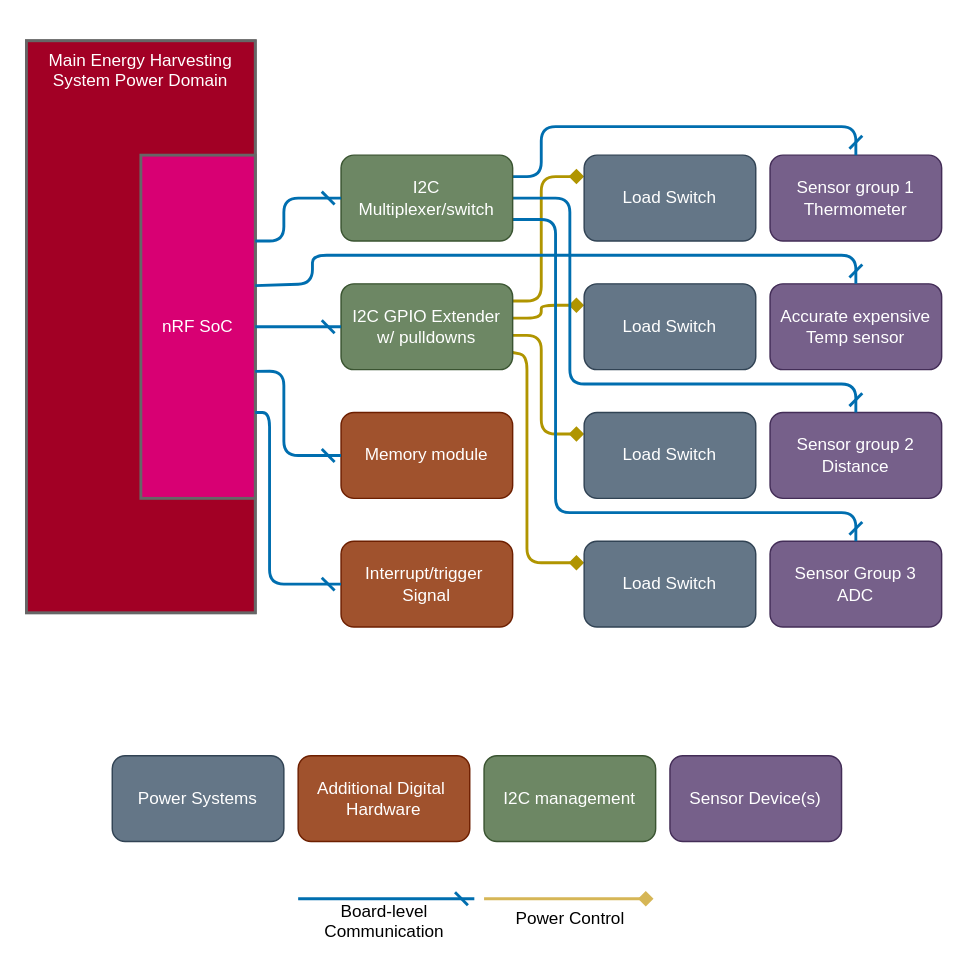
danielcarton/Masters keeps this draw.io diagram as Energy_harvester_iot/Diagrams/systemArchitecture.drawio. Above is the earlier version. Source tidied: cells renumbered, new cells numbered last; positions are measured from the earlier drawing's top-left corner, leaving out a move shared by most shapes. Both pictures are drawn from the tidied source at 143%, with x=0, y=0 at pixel (26, 40).
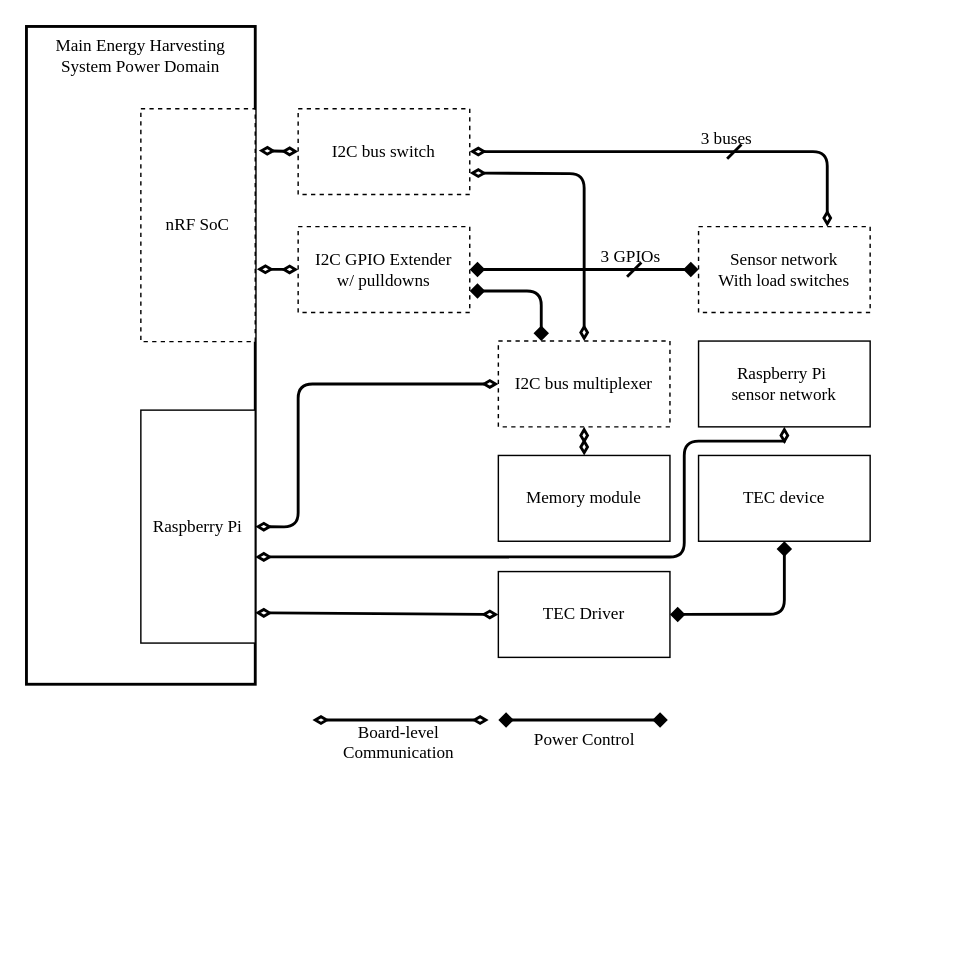
The same page after the edit.

The edit, as a diff of the source:
```diff
@@
-    <mxCell id="3" style="edgeStyle=none;shape=connector;rounded=1;html=1;labelBackgroundColor=default;strokeColor=#B09500;strokeWidth=2;fontFamily=Helvetica;fontSize=11;fontColor=default;endArrow=diamond;endFill=1;fillColor=#e3c800;entryX=0;entryY=0.25;entryDx=0;entryDy=0;exitX=1;exitY=0.2;exitDx=0;exitDy=0;exitPerimeter=0;" parent="2" edge="1" source="7" target="8">
-      <mxGeometry relative="1" as="geometry">
-        <Array as="points">
-          <mxPoint x="360" y="182" />
-          <mxPoint x="360" y="95" />
-        </Array>
-      </mxGeometry>
-    </mxCell>
-    <mxCell id="4" style="edgeStyle=none;shape=connector;rounded=1;html=1;exitX=1;exitY=0.4;exitDx=0;exitDy=0;exitPerimeter=0;entryX=0;entryY=0.25;entryDx=0;entryDy=0;labelBackgroundColor=default;strokeColor=#B09500;strokeWidth=2;fontFamily=Helvetica;fontSize=11;fontColor=default;endArrow=diamond;endFill=1;fillColor=#e3c800;" parent="2" edge="1" source="7" target="31">
+    <mxCell id="4" style="edgeStyle=none;shape=connector;rounded=1;html=1;exitX=1;exitY=0.75;exitDx=0;exitDy=0;exitPerimeter=0;labelBackgroundColor=default;strokeWidth=2;fontFamily=Times New Roman;fontSize=11;fontColor=default;endArrow=diamond;endFill=1;entryX=0.25;entryY=0;entryDx=0;entryDy=0;startArrow=diamond;startFill=1;" parent="2" edge="1" source="7" target="42">
       <mxGeometry relative="1" as="geometry">
         <Array as="points">
-          <mxPoint x="360" y="194" />
-          <mxPoint x="360" y="185" />
+          <mxPoint x="360" y="175" />
         </Array>
       </mxGeometry>
     </mxCell>
-    <mxCell id="5" style="edgeStyle=none;shape=connector;rounded=1;html=1;exitX=1;exitY=0.6;exitDx=0;exitDy=0;exitPerimeter=0;entryX=0;entryY=0.25;entryDx=0;entryDy=0;labelBackgroundColor=default;strokeColor=#B09500;strokeWidth=2;fontFamily=Helvetica;fontSize=11;fontColor=default;endArrow=diamond;endFill=1;fillColor=#e3c800;" parent="2" edge="1" source="7" target="25">
-      <mxGeometry relative="1" as="geometry">
-        <Array as="points">
-          <mxPoint x="360" y="206" />
-          <mxPoint x="360" y="275" />
-        </Array>
-      </mxGeometry>
-    </mxCell>
-    <mxCell id="6" style="edgeStyle=none;shape=connector;rounded=1;html=1;exitX=1;exitY=0.8;exitDx=0;exitDy=0;exitPerimeter=0;entryX=0;entryY=0.25;entryDx=0;entryDy=0;labelBackgroundColor=default;strokeColor=#B09500;strokeWidth=2;fontFamily=Helvetica;fontSize=11;fontColor=default;endArrow=diamond;endFill=1;fillColor=#e3c800;" parent="2" edge="1" source="7" target="24">
-      <mxGeometry relative="1" as="geometry">
-        <Array as="points">
-          <mxPoint x="350" y="220" />
-          <mxPoint x="350" y="365" />
-        </Array>
-      </mxGeometry>
-    </mxCell>
+    <mxCell id="38" style="edgeStyle=none;html=1;entryX=0;entryY=0.5;entryDx=0;entryDy=0;startArrow=diamond;startFill=1;endArrow=diamond;endFill=1;strokeWidth=2;fontFamily=Times New Roman;" parent="2" edge="1" source="7" target="48">
+      <mxGeometry relative="1" as="geometry">
+        <Array as="points">
+          <mxPoint x="460" y="160" />
+        </Array>
+      </mxGeometry>
+    </mxCell>
-    <mxCell id="7" value="I2C GPIO Extender&lt;br&gt;w/ pulldowns" style="rounded=1;whiteSpace=wrap;html=1;fillColor=#6d8764;fontColor=#ffffff;strokeColor=#3A5431;points=[[0,0,0,0,0],[0,0.25,0,0,0],[0,0.5,0,0,0],[0,0.75,0,0,0],[0,1,0,0,0],[0.25,0,0,0,0],[0.25,1,0,0,0],[0.5,0,0,0,0],[0.5,1,0,0,0],[0.75,0,0,0,0],[0.75,1,0,0,0],[1,0,0,0,0],[1,0.2,0,0,0],[1,0.4,0,0,0],[1,0.6,0,0,0],[1,0.8,0,0,0],[1,1,0,0,0]];" parent="2" vertex="1">
-      <mxGeometry x="220" y="170" width="120" height="60" as="geometry" />
+    <mxCell id="7" value="I2C GPIO Extender&lt;br&gt;w/ pulldowns" style="rounded=0;whiteSpace=wrap;html=1;fontFamily=Times New Roman;dashed=1;" parent="2" vertex="1">
+      <mxGeometry x="190" y="130" width="120" height="60" as="geometry" />
     </mxCell>
-    <mxCell id="8" value="Load Switch" style="rounded=1;whiteSpace=wrap;html=1;fillColor=#647687;fontColor=#ffffff;strokeColor=#314354;" parent="2" vertex="1">
-      <mxGeometry x="390" y="80" width="120" height="60" as="geometry" />
-    </mxCell>
-    <mxCell id="9" value="Sensor Group 3&lt;br&gt;ADC" style="rounded=1;whiteSpace=wrap;html=1;fillColor=#76608a;fontColor=#ffffff;strokeColor=#432D57;" parent="2" vertex="1">
-      <mxGeometry x="520" y="350" width="120" height="60" as="geometry" />
-    </mxCell>
-    <mxCell id="10" value="Sensor group 2&lt;br&gt;Distance" style="rounded=1;whiteSpace=wrap;html=1;fillColor=#76608a;fontColor=#ffffff;strokeColor=#432D57;" parent="2" vertex="1">
-      <mxGeometry x="520" y="260" width="120" height="60" as="geometry" />
-    </mxCell>
-    <mxCell id="11" value="Memory module" style="rounded=1;whiteSpace=wrap;html=1;fillColor=#a0522d;fontColor=#ffffff;strokeColor=#6D1F00;" parent="2" vertex="1">
-      <mxGeometry x="220" y="260" width="120" height="60" as="geometry" />
+    <mxCell id="11" value="Memory module" style="rounded=0;whiteSpace=wrap;html=1;fontFamily=Times New Roman;" parent="2" vertex="1">
+      <mxGeometry x="330" y="290" width="120" height="60" as="geometry" />
     </mxCell>
-    <mxCell id="12" value="Sensor group 1&lt;br&gt;Thermometer" style="rounded=1;whiteSpace=wrap;html=1;fillColor=#76608a;fontColor=#ffffff;strokeColor=#432D57;" parent="2" vertex="1">
-      <mxGeometry x="520" y="80" width="120" height="60" as="geometry" />
-    </mxCell>
-    <mxCell id="13" style="edgeStyle=none;shape=connector;rounded=1;html=1;exitX=1;exitY=0.25;exitDx=0;exitDy=0;entryX=0.5;entryY=0;entryDx=0;entryDy=0;labelBackgroundColor=default;strokeColor=#006EAF;strokeWidth=2;fontFamily=Helvetica;fontSize=11;fontColor=default;endArrow=dash;endFill=0;fillColor=#1ba1e2;" parent="2" edge="1" source="16" target="12">
+    <mxCell id="13" style="edgeStyle=none;shape=connector;rounded=1;html=1;labelBackgroundColor=default;strokeWidth=2;fontFamily=Times New Roman;fontSize=11;fontColor=default;endArrow=diamondThin;endFill=0;exitX=1;exitY=0.75;exitDx=0;exitDy=0;entryX=0.5;entryY=0;entryDx=0;entryDy=0;startArrow=diamondThin;startFill=0;" parent="2" edge="1" source="16" target="42">
       <mxGeometry relative="1" as="geometry">
         <Array as="points">
-          <mxPoint x="360" y="95" />
-          <mxPoint x="360" y="60" />
-          <mxPoint x="580" y="60" />
+          <mxPoint x="390" y="93" />
         </Array>
       </mxGeometry>
     </mxCell>
-    <mxCell id="14" style="edgeStyle=none;shape=connector;rounded=1;html=1;exitX=1;exitY=0.5;exitDx=0;exitDy=0;entryX=0.5;entryY=0;entryDx=0;entryDy=0;labelBackgroundColor=default;strokeColor=#006EAF;strokeWidth=2;fontFamily=Helvetica;fontSize=11;fontColor=default;endArrow=dash;endFill=0;fillColor=#1ba1e2;" parent="2" edge="1" source="16" target="10">
-      <mxGeometry relative="1" as="geometry">
-        <Array as="points">
-          <mxPoint x="380" y="110" />
-          <mxPoint x="380" y="240" />
-          <mxPoint x="580" y="240" />
-        </Array>
-      </mxGeometry>
-    </mxCell>
-    <mxCell id="15" style="edgeStyle=none;shape=connector;rounded=1;html=1;exitX=1;exitY=0.75;exitDx=0;exitDy=0;entryX=0.5;entryY=0;entryDx=0;entryDy=0;labelBackgroundColor=default;strokeColor=#006EAF;strokeWidth=2;fontFamily=Helvetica;fontSize=11;fontColor=default;endArrow=dash;endFill=0;fillColor=#1ba1e2;" parent="2" edge="1" source="16" target="9">
-      <mxGeometry relative="1" as="geometry">
-        <Array as="points">
-          <mxPoint x="370" y="125" />
-          <mxPoint x="370" y="330" />
-          <mxPoint x="580" y="330" />
-        </Array>
-      </mxGeometry>
-    </mxCell>
+    <mxCell id="39" style="edgeStyle=none;html=1;exitX=1;exitY=0.5;exitDx=0;exitDy=0;entryX=0.75;entryY=0;entryDx=0;entryDy=0;strokeWidth=2;startArrow=diamondThin;startFill=0;endArrow=diamondThin;endFill=0;fontFamily=Times New Roman;" parent="2" edge="1" source="16" target="48">
+      <mxGeometry relative="1" as="geometry">
+        <Array as="points">
+          <mxPoint x="560" y="77.5" />
+        </Array>
+      </mxGeometry>
+    </mxCell>
-    <mxCell id="16" value="I2C &lt;br&gt;Multiplexer/switch" style="rounded=1;whiteSpace=wrap;html=1;fillColor=#6d8764;fontColor=#ffffff;strokeColor=#3A5431;" parent="2" vertex="1">
-      <mxGeometry x="220" y="80" width="120" height="60" as="geometry" />
+    <mxCell id="16" value="I2C bus switch" style="rounded=0;whiteSpace=wrap;html=1;fontFamily=Times New Roman;dashed=1;" parent="2" vertex="1">
+      <mxGeometry x="190" y="47.5" width="120" height="60" as="geometry" />
     </mxCell>
-    <mxCell id="17" style="group;fillColor=#647687;fontColor=#ffffff;strokeColor=#666666;strokeWidth=2;" parent="2" vertex="1">
-      <mxGeometry width="160" height="400" as="geometry" />
+    <mxCell id="17" style="group;strokeWidth=2;fontFamily=Times New Roman;" parent="2" vertex="1">
+      <mxGeometry y="-10" width="160" height="460" as="geometry" />
     </mxCell>
-    <mxCell id="18" value="Main Energy Harvesting&lt;br&gt;System Power Domain" style="rounded=0;whiteSpace=wrap;html=1;verticalAlign=top;fillColor=#a20025;strokeColor=#666666;fontColor=#ffffff;strokeWidth=2;" parent="17" vertex="1">
-      <mxGeometry width="160" height="400" as="geometry" />
+    <mxCell id="18" value="Main Energy Harvesting&lt;br&gt;System Power Domain" style="rounded=0;whiteSpace=wrap;html=1;verticalAlign=top;strokeWidth=2;fontFamily=Times New Roman;" parent="17" vertex="1">
+      <mxGeometry width="160" height="460" as="geometry" />
     </mxCell>
-    <mxCell id="19" value="nRF SoC" style="rounded=0;whiteSpace=wrap;html=1;fillColor=#d80073;fontColor=#ffffff;strokeColor=#666666;strokeWidth=2;points=[[0,0,0,0,0],[0,0.25,0,0,0],[0,0.5,0,0,0],[0,0.75,0,0,0],[0,1,0,0,0],[0.25,0,0,0,0],[0.25,1,0,0,0],[0.5,0,0,0,0],[0.5,1,0,0,0],[0.75,0,0,0,0],[0.75,1,0,0,0],[1,0,0,0,0],[1,0.25,0,0,0],[1,0.38,0,0,0],[1,0.5,0,0,0],[1,0.63,0,0,0],[1,0.75,0,0,0],[1,1,0,0,0]];" parent="17" vertex="1">
-      <mxGeometry x="80" y="80" width="80" height="240" as="geometry" />
+    <mxCell id="19" value="nRF SoC" style="rounded=0;whiteSpace=wrap;html=1;strokeWidth=1;points=[[0,0,0,0,0],[0,0.25,0,0,0],[0,0.5,0,0,0],[0,0.75,0,0,0],[0,1,0,0,0],[0.25,0,0,0,0],[0.25,1,0,0,0],[0.5,0,0,0,0],[0.5,1,0,0,0],[0.75,0,0,0,0],[0.75,1,0,0,0],[1,0,0,0,0],[1,0.25,0,0,0],[1,0.38,0,0,0],[1,0.5,0,0,0],[1,0.63,0,0,0],[1,0.75,0,0,0],[1,1,0,0,0]];fontFamily=Times New Roman;dashed=1;" parent="17" vertex="1">
+      <mxGeometry x="80" y="57.5" width="80" height="162.9" as="geometry" />
     </mxCell>
-    <mxCell id="20" value="Power Systems" style="rounded=1;whiteSpace=wrap;html=1;fillColor=#647687;fontColor=#ffffff;strokeColor=#314354;" parent="2" vertex="1">
-      <mxGeometry x="60" y="500" width="120" height="60" as="geometry" />
-    </mxCell>
-    <mxCell id="21" value="Additional Digital&amp;nbsp;&lt;br&gt;Hardware" style="rounded=1;whiteSpace=wrap;html=1;fillColor=#a0522d;fontColor=#ffffff;strokeColor=#6D1F00;" parent="2" vertex="1">
-      <mxGeometry x="190" y="500" width="120" height="60" as="geometry" />
-    </mxCell>
-    <mxCell id="22" value="I2C management" style="rounded=1;whiteSpace=wrap;html=1;fillColor=#6d8764;fontColor=#ffffff;strokeColor=#3A5431;" parent="2" vertex="1">
-      <mxGeometry x="320" y="500" width="120" height="60" as="geometry" />
-    </mxCell>
-    <mxCell id="23" value="Sensor Device(s)" style="rounded=1;whiteSpace=wrap;html=1;fillColor=#76608a;fontColor=#ffffff;strokeColor=#432D57;" parent="2" vertex="1">
-      <mxGeometry x="450" y="500" width="120" height="60" as="geometry" />
-    </mxCell>
-    <mxCell id="24" value="Load Switch" style="rounded=1;whiteSpace=wrap;html=1;fillColor=#647687;fontColor=#ffffff;strokeColor=#314354;" parent="2" vertex="1">
-      <mxGeometry x="390" y="350" width="120" height="60" as="geometry" />
-    </mxCell>
-    <mxCell id="25" value="Load Switch" style="rounded=1;whiteSpace=wrap;html=1;fillColor=#647687;fontColor=#ffffff;strokeColor=#314354;" parent="2" vertex="1">
-      <mxGeometry x="390" y="260" width="120" height="60" as="geometry" />
-    </mxCell>
+    <mxCell id="40" value="Raspberry Pi" style="rounded=0;whiteSpace=wrap;html=1;strokeWidth=1;points=[[0,0,0,0,0],[0,0.25,0,0,0],[0,0.5,0,0,0],[0,0.75,0,0,0],[0,1,0,0,0],[0.25,0,0,0,0],[0.25,1,0,0,0],[0.5,0,0,0,0],[0.5,1,0,0,0],[0.75,0,0,0,0],[0.75,1,0,0,0],[1,0,0,0,0],[1,0.25,0,0,0],[1,0.38,0,0,0],[1,0.5,0,0,0],[1,0.63,0,0,0],[1,0.75,0,0,0],[1,1,0,0,0]];fontFamily=Times New Roman;" parent="17" vertex="1">
+      <mxGeometry x="80" y="268.3" width="80" height="162.9" as="geometry" />
+    </mxCell>
-    <mxCell id="26" style="edgeStyle=none;shape=connector;rounded=1;html=1;exitX=0.5;exitY=1;exitDx=0;exitDy=0;labelBackgroundColor=default;strokeColor=#006EAF;strokeWidth=2;fontFamily=Helvetica;fontSize=11;fontColor=default;endArrow=dash;endFill=0;fillColor=#1ba1e2;" parent="2" edge="1">
+    <mxCell id="26" style="edgeStyle=none;shape=connector;rounded=1;html=1;exitX=0.5;exitY=1;exitDx=0;exitDy=0;labelBackgroundColor=default;strokeWidth=2;fontFamily=Times New Roman;fontSize=11;fontColor=default;endArrow=diamondThin;endFill=0;startArrow=diamondThin;startFill=0;" parent="2" edge="1">
       <mxGeometry relative="1" as="geometry">
-        <mxPoint x="190" y="600" as="sourcePoint" />
-        <mxPoint x="313.2" y="600" as="targetPoint" />
+        <mxPoint x="200" y="475" as="sourcePoint" />
+        <mxPoint x="323.2" y="475" as="targetPoint" />
       </mxGeometry>
     </mxCell>
-    <mxCell id="27" style="edgeStyle=none;shape=connector;rounded=1;html=1;labelBackgroundColor=default;strokeColor=#d6b656;strokeWidth=2;fontFamily=Helvetica;fontSize=11;fontColor=default;endArrow=diamond;endFill=1;fillColor=#fff2cc;gradientColor=#ffd966;" parent="2" edge="1">
+    <mxCell id="27" style="edgeStyle=none;shape=connector;rounded=1;html=1;labelBackgroundColor=default;strokeWidth=2;fontFamily=Times New Roman;fontSize=11;fontColor=default;endArrow=diamond;endFill=1;startArrow=diamond;startFill=1;" parent="2" edge="1">
       <mxGeometry relative="1" as="geometry">
-        <mxPoint x="320" y="600" as="sourcePoint" />
-        <mxPoint x="438.5" y="600" as="targetPoint" />
+        <mxPoint x="330" y="475" as="sourcePoint" />
+        <mxPoint x="448.5" y="475" as="targetPoint" />
       </mxGeometry>
     </mxCell>
-    <mxCell id="28" value="Board-level&lt;br&gt;Communication" style="text;html=1;align=center;verticalAlign=top;strokeColor=none;fillColor=none;" parent="2" vertex="1">
-      <mxGeometry x="195" y="595" width="110" height="40" as="geometry" />
+    <mxCell id="28" value="Board-level&lt;br&gt;Communication" style="text;html=1;align=center;verticalAlign=top;fontFamily=Times New Roman;" parent="2" vertex="1">
+      <mxGeometry x="210" y="470" width="100" height="40" as="geometry" />
     </mxCell>
-    <mxCell id="29" value="Power Control" style="text;html=1;align=center;verticalAlign=top;strokeColor=none;fillColor=none;" parent="2" vertex="1">
-      <mxGeometry x="330" y="600" width="100" height="30" as="geometry" />
+    <mxCell id="29" value="Power Control" style="text;html=1;align=center;verticalAlign=top;fontFamily=Times New Roman;" parent="2" vertex="1">
+      <mxGeometry x="345" y="475" width="90" height="30" as="geometry" />
     </mxCell>
-    <mxCell id="30" value="Accurate expensive&lt;br&gt;Temp sensor" style="rounded=1;whiteSpace=wrap;html=1;fillColor=#76608a;fontColor=#ffffff;strokeColor=#432D57;" parent="2" vertex="1">
-      <mxGeometry x="520" y="170" width="120" height="60" as="geometry" />
-    </mxCell>
-    <mxCell id="31" value="Load Switch" style="rounded=1;whiteSpace=wrap;html=1;fillColor=#647687;fontColor=#ffffff;strokeColor=#314354;" parent="2" vertex="1">
-      <mxGeometry x="390" y="170" width="120" height="60" as="geometry" />
-    </mxCell>
-    <mxCell id="32" style="edgeStyle=none;html=1;exitX=1;exitY=0.63;exitDx=0;exitDy=0;exitPerimeter=0;entryX=0;entryY=0.5;entryDx=0;entryDy=0;endArrow=dash;endFill=0;fillColor=#1ba1e2;strokeColor=#006EAF;strokeWidth=2;" parent="2" edge="1" source="19" target="11">
-      <mxGeometry relative="1" as="geometry">
-        <Array as="points">
-          <mxPoint x="180" y="231" />
-          <mxPoint x="180" y="290" />
-        </Array>
-      </mxGeometry>
-    </mxCell>
-    <mxCell id="33" style="edgeStyle=none;shape=connector;rounded=1;html=1;exitX=1;exitY=0.5;exitDx=0;exitDy=0;exitPerimeter=0;entryX=0;entryY=0.5;entryDx=0;entryDy=0;labelBackgroundColor=default;strokeColor=#006EAF;strokeWidth=2;fontFamily=Helvetica;fontSize=11;fontColor=default;endArrow=dash;endFill=0;fillColor=#1ba1e2;" parent="2" edge="1" source="19" target="7">
+    <mxCell id="33" style="edgeStyle=none;shape=connector;rounded=1;html=1;entryX=0;entryY=0.5;entryDx=0;entryDy=0;labelBackgroundColor=default;strokeWidth=2;fontFamily=Times New Roman;fontSize=11;fontColor=default;endArrow=diamondThin;endFill=0;startArrow=diamondThin;startFill=0;exitX=1.014;exitY=0.689;exitDx=0;exitDy=0;exitPerimeter=0;" parent="2" edge="1" source="19" target="7">
       <mxGeometry relative="1" as="geometry" />
     </mxCell>
-    <mxCell id="34" style="edgeStyle=none;shape=connector;rounded=1;html=1;entryX=0;entryY=0.5;entryDx=0;entryDy=0;labelBackgroundColor=default;strokeColor=#006EAF;strokeWidth=2;fontFamily=Helvetica;fontSize=11;fontColor=default;endArrow=dash;endFill=0;fillColor=#1ba1e2;exitX=1;exitY=0.25;exitDx=0;exitDy=0;exitPerimeter=0;" parent="2" edge="1" source="19" target="16">
-      <mxGeometry relative="1" as="geometry">
-        <Array as="points">
-          <mxPoint x="180" y="140" />
-          <mxPoint x="180" y="110" />
-        </Array>
-      </mxGeometry>
+    <mxCell id="34" style="edgeStyle=none;shape=connector;rounded=1;html=1;entryX=0;entryY=0.5;entryDx=0;entryDy=0;labelBackgroundColor=default;strokeWidth=2;fontFamily=Times New Roman;fontSize=11;fontColor=default;endArrow=diamondThin;endFill=0;startArrow=diamondThin;startFill=0;exitX=1.031;exitY=0.18;exitDx=0;exitDy=0;exitPerimeter=0;" parent="2" edge="1" source="19" target="16">
+      <mxGeometry relative="1" as="geometry" />
     </mxCell>
-    <mxCell id="35" style="edgeStyle=none;shape=connector;rounded=1;html=1;exitX=1;exitY=0.38;exitDx=0;exitDy=0;exitPerimeter=0;entryX=0.5;entryY=0;entryDx=0;entryDy=0;labelBackgroundColor=default;strokeColor=#006EAF;strokeWidth=2;fontFamily=Helvetica;fontSize=11;fontColor=default;endArrow=dash;endFill=0;fillColor=#1ba1e2;" parent="2" edge="1" source="19" target="30">
-      <mxGeometry relative="1" as="geometry">
-        <Array as="points">
-          <mxPoint x="200" y="170" />
-          <mxPoint x="200" y="150" />
-          <mxPoint x="580" y="150" />
-        </Array>
-      </mxGeometry>
-    </mxCell>
-    <mxCell id="36" value="Interrupt/trigger&amp;nbsp;&lt;br&gt;Signal" style="rounded=1;whiteSpace=wrap;html=1;fillColor=#a0522d;fontColor=#ffffff;strokeColor=#6D1F00;" parent="2" vertex="1">
-      <mxGeometry x="220" y="350" width="120" height="60" as="geometry" />
-    </mxCell>
-    <mxCell id="37" style="edgeStyle=none;shape=connector;rounded=1;html=1;exitX=1;exitY=0.75;exitDx=0;exitDy=0;exitPerimeter=0;entryX=0;entryY=0.5;entryDx=0;entryDy=0;labelBackgroundColor=default;strokeColor=#006EAF;strokeWidth=2;fontFamily=Helvetica;fontSize=11;fontColor=default;endArrow=dash;endFill=0;fillColor=#1ba1e2;" parent="2" edge="1" source="19" target="36">
-      <mxGeometry relative="1" as="geometry">
-        <Array as="points">
-          <mxPoint x="170" y="260" />
-          <mxPoint x="170" y="380" />
-        </Array>
-      </mxGeometry>
-    </mxCell>
+    <mxCell id="41" style="edgeStyle=none;shape=connector;rounded=1;html=1;labelBackgroundColor=default;strokeWidth=2;fontFamily=Times New Roman;fontSize=11;fontColor=default;endArrow=diamondThin;endFill=0;entryX=0.5;entryY=0;entryDx=0;entryDy=0;exitX=0.5;exitY=1;exitDx=0;exitDy=0;startArrow=diamondThin;startFill=0;" parent="2" edge="1" source="42" target="11">
+      <mxGeometry relative="1" as="geometry" />
+    </mxCell>
+    <mxCell id="42" value="I2C bus multiplexer" style="rounded=0;whiteSpace=wrap;html=1;fontFamily=Times New Roman;dashed=1;" parent="2" vertex="1">
+      <mxGeometry x="330" y="210" width="120" height="60" as="geometry" />
+    </mxCell>
+    <mxCell id="43" style="edgeStyle=none;shape=connector;rounded=1;html=1;labelBackgroundColor=default;strokeWidth=2;fontFamily=Times New Roman;fontSize=11;fontColor=default;endArrow=diamondThin;endFill=0;exitX=1;exitY=0.5;exitDx=0;exitDy=0;exitPerimeter=0;entryX=0;entryY=0.5;entryDx=0;entryDy=0;startArrow=diamondThin;startFill=0;" parent="2" edge="1" source="40" target="42">
+      <mxGeometry relative="1" as="geometry">
+        <Array as="points">
+          <mxPoint x="190" y="340" />
+          <mxPoint x="190" y="240" />
+        </Array>
+      </mxGeometry>
+    </mxCell>
+    <mxCell id="44" value="TEC device" style="rounded=0;whiteSpace=wrap;html=1;fontFamily=Times New Roman;" parent="2" vertex="1">
+      <mxGeometry x="470" y="290" width="120" height="60" as="geometry" />
+    </mxCell>
+    <mxCell id="45" value="TEC Driver" style="rounded=0;whiteSpace=wrap;html=1;fontFamily=Times New Roman;" parent="2" vertex="1">
+      <mxGeometry x="330" y="371.2" width="120" height="60" as="geometry" />
+    </mxCell>
+    <mxCell id="46" style="edgeStyle=none;html=1;entryX=0;entryY=0.5;entryDx=0;entryDy=0;strokeWidth=2;endArrow=diamondThin;endFill=0;fontFamily=Times New Roman;startArrow=diamondThin;startFill=0;exitX=1;exitY=0.87;exitDx=0;exitDy=0;exitPerimeter=0;" parent="2" edge="1" source="40" target="45">
+      <mxGeometry relative="1" as="geometry" />
+    </mxCell>
+    <mxCell id="47" style="edgeStyle=none;shape=connector;rounded=1;html=1;labelBackgroundColor=default;strokeWidth=2;fontFamily=Times New Roman;fontSize=11;fontColor=default;endArrow=diamond;endFill=1;exitX=1;exitY=0.5;exitDx=0;exitDy=0;entryX=0.5;entryY=1;entryDx=0;entryDy=0;startArrow=diamond;startFill=1;" parent="2" edge="1" source="45" target="44">
+      <mxGeometry relative="1" as="geometry">
+        <Array as="points">
+          <mxPoint x="530" y="401" />
+        </Array>
+      </mxGeometry>
+    </mxCell>
+    <mxCell id="48" value="Sensor network&lt;br&gt;With load switches" style="rounded=0;whiteSpace=wrap;html=1;fontFamily=Times New Roman;dashed=1;" parent="2" vertex="1">
+      <mxGeometry x="470" y="130" width="120" height="60" as="geometry" />
+    </mxCell>
+    <mxCell id="49" style="endArrow=none;html=1;strokeWidth=2;fontFamily=Times New Roman;" parent="2" edge="1">
+      <mxGeometry relative="1" as="geometry">
+        <mxPoint x="420" y="165" as="sourcePoint" />
+        <mxPoint x="430" y="155" as="targetPoint" />
+      </mxGeometry>
+    </mxCell>
+    <mxCell id="50" style="endArrow=none;html=1;strokeWidth=2;fontFamily=Times New Roman;" parent="2" edge="1">
+      <mxGeometry relative="1" as="geometry">
+        <mxPoint x="490" y="82.5" as="sourcePoint" />
+        <mxPoint x="500" y="72.5" as="targetPoint" />
+      </mxGeometry>
+    </mxCell>
+    <mxCell id="51" value="3 GPIOs" style="text;html=1;align=left;verticalAlign=bottom;strokeColor=none;fillColor=none;fontFamily=Times New Roman;" parent="2" vertex="1">
+      <mxGeometry x="400" y="130" width="70" height="30" as="geometry" />
+    </mxCell>
+    <mxCell id="52" value="3 buses" style="text;html=1;align=left;verticalAlign=bottom;strokeColor=none;fillColor=none;fontFamily=Times New Roman;" parent="2" vertex="1">
+      <mxGeometry x="470" y="47.5" width="60" height="30" as="geometry" />
+    </mxCell>
+    <mxCell id="53" value="Raspberry Pi&amp;nbsp;&lt;br&gt;sensor network" style="rounded=0;whiteSpace=wrap;html=1;fontFamily=Times New Roman;" parent="2" vertex="1">
+      <mxGeometry x="470" y="210" width="120" height="60" as="geometry" />
+    </mxCell>
+    <mxCell id="54" style="edgeStyle=none;html=1;exitX=1;exitY=0.63;exitDx=0;exitDy=0;exitPerimeter=0;entryX=0.5;entryY=1;entryDx=0;entryDy=0;startArrow=diamondThin;startFill=0;endArrow=diamondThin;endFill=0;strokeWidth=2;" parent="2" edge="1" source="40" target="53">
+      <mxGeometry relative="1" as="geometry">
+        <Array as="points">
+          <mxPoint x="460" y="361" />
+          <mxPoint x="460" y="280" />
+          <mxPoint x="530" y="280" />
+        </Array>
+      </mxGeometry>
+    </mxCell>
```
